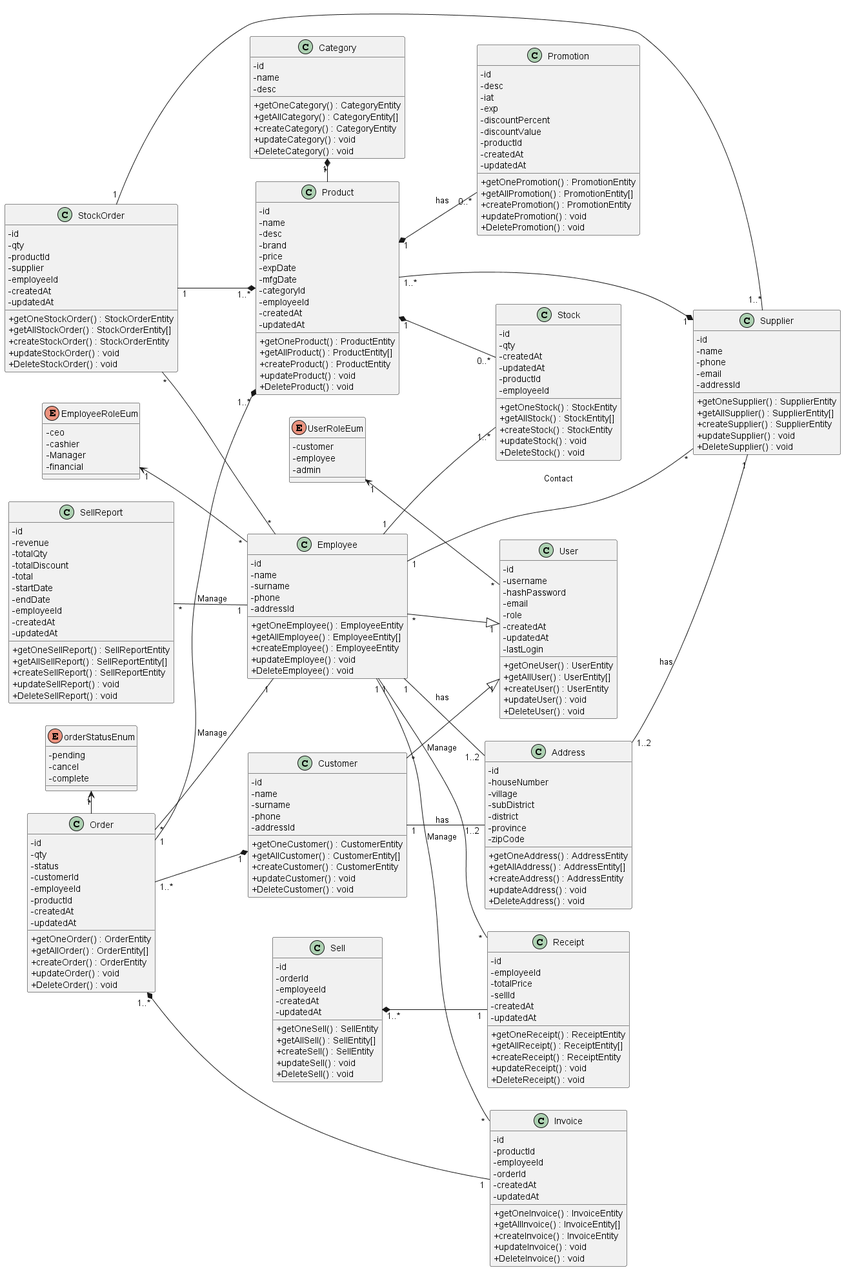
Above: out/system-analysis/class-diagram/class-diagram.png in billowdev/inventory-system-plantuml-sequelize-seeder-example (PlantUML), before the change.
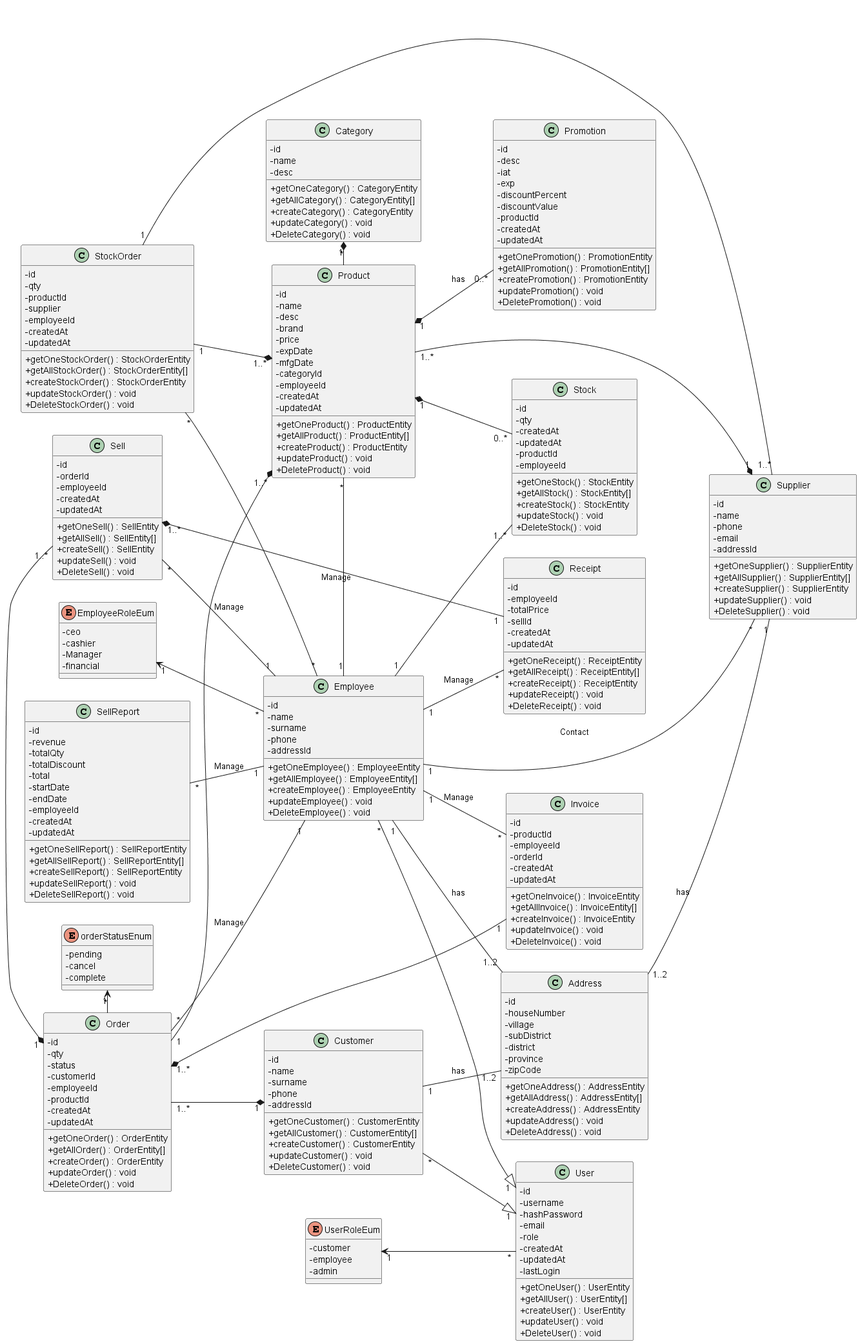
Later version of the same file.

Commit message:
update layout class diagram

The edit, as a diff of the source:
```diff
@@ -266,6 +266,7 @@
 Customer "*" -right-|> "1"   User
 
 Product "1" *-- "0..*" Stock
+Product "*" -right- "1" Employee : "Manage"
 
 Employee "1" -- "1..*" Stock
 
@@ -274,6 +275,9 @@
 
 Order "1..*" *-- "1" Invoice
 Sell "1..*" *-- "1" Receipt
+Sell "1..*" -right-* "1" Order
+Sell "*" -- "1" Employee : "Manage"
+
 
 Order "1..*" --* "1" Customer
 Order "1" --* "1..*" Product
```
